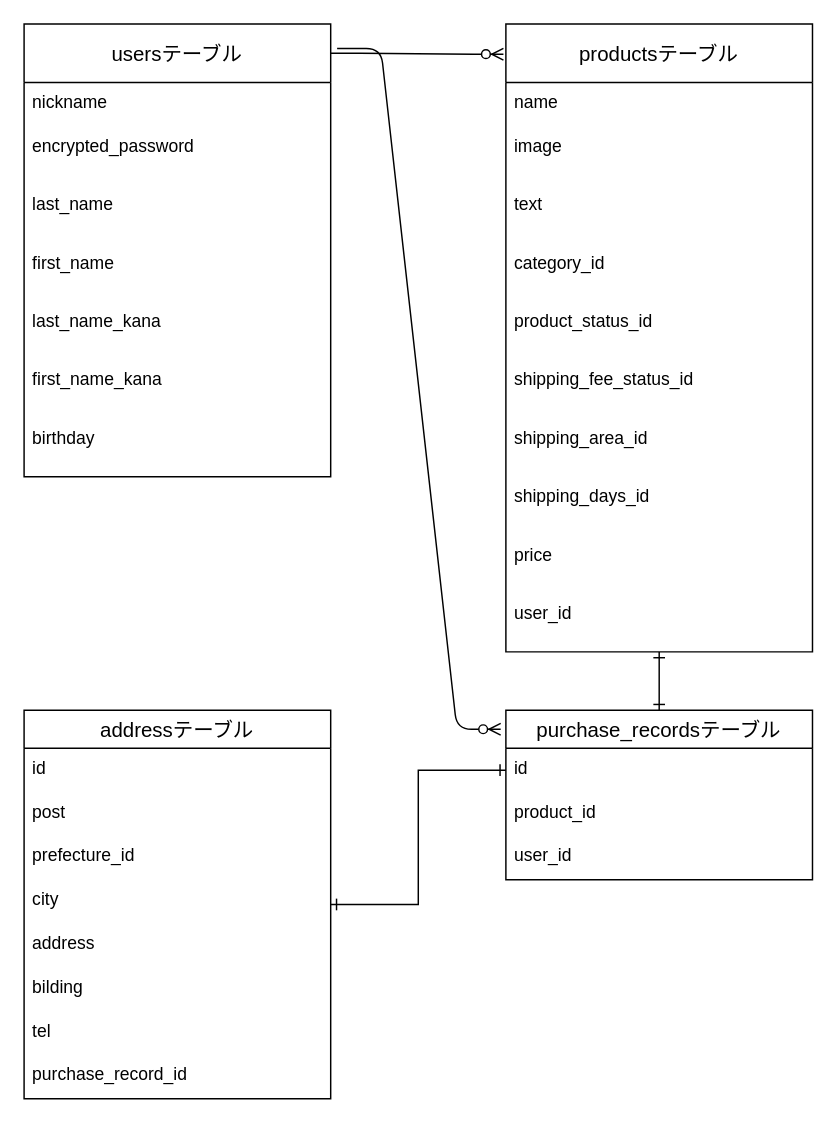
The draw.io diagram furima.dio in fuji0920/furima--28658-, before the edit. Source tidied: cells renumbered, new cells numbered last; positions are measured from the earlier drawing's top-left corner, leaving out a move shared by most shapes. Both pictures are drawn from the tidied source at 146%, with x=0, y=0 at pixel (23, 23).
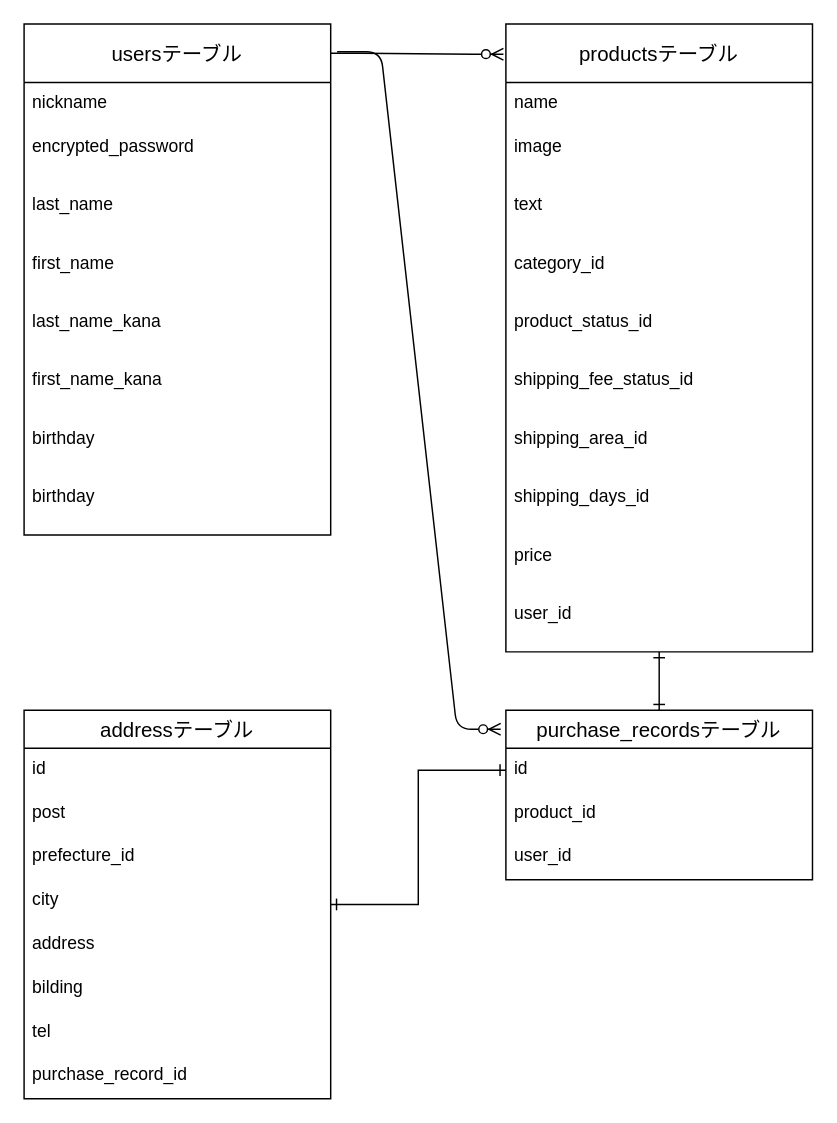
After the change.

Diff of the diagram source:
```diff
@@
     <mxCell id="2" value="usersテーブル" style="swimlane;fontStyle=0;horizontal=1;startSize=40;align=center;fontSize=14;" parent="1" vertex="1">
-      <mxGeometry width="210" height="310" as="geometry" />
+      <mxGeometry width="210" height="350" as="geometry" />
     </mxCell>
@@
+    <mxCell id="38" value="birthday" style="text;strokeColor=none;fillColor=none;spacingLeft=4;spacingRight=4;overflow=hidden;fontSize=12;" parent="2" vertex="1">
+      <mxGeometry y="270" width="210" height="40" as="geometry" />
+    </mxCell>
     <mxCell id="9" value="birthday" style="text;strokeColor=none;fillColor=none;spacingLeft=4;spacingRight=4;overflow=hidden;fontSize=12;" parent="2" vertex="1">
-      <mxGeometry y="270" width="210" height="40" as="geometry" />
+      <mxGeometry y="310" width="210" height="40" as="geometry" />
     </mxCell>
```
